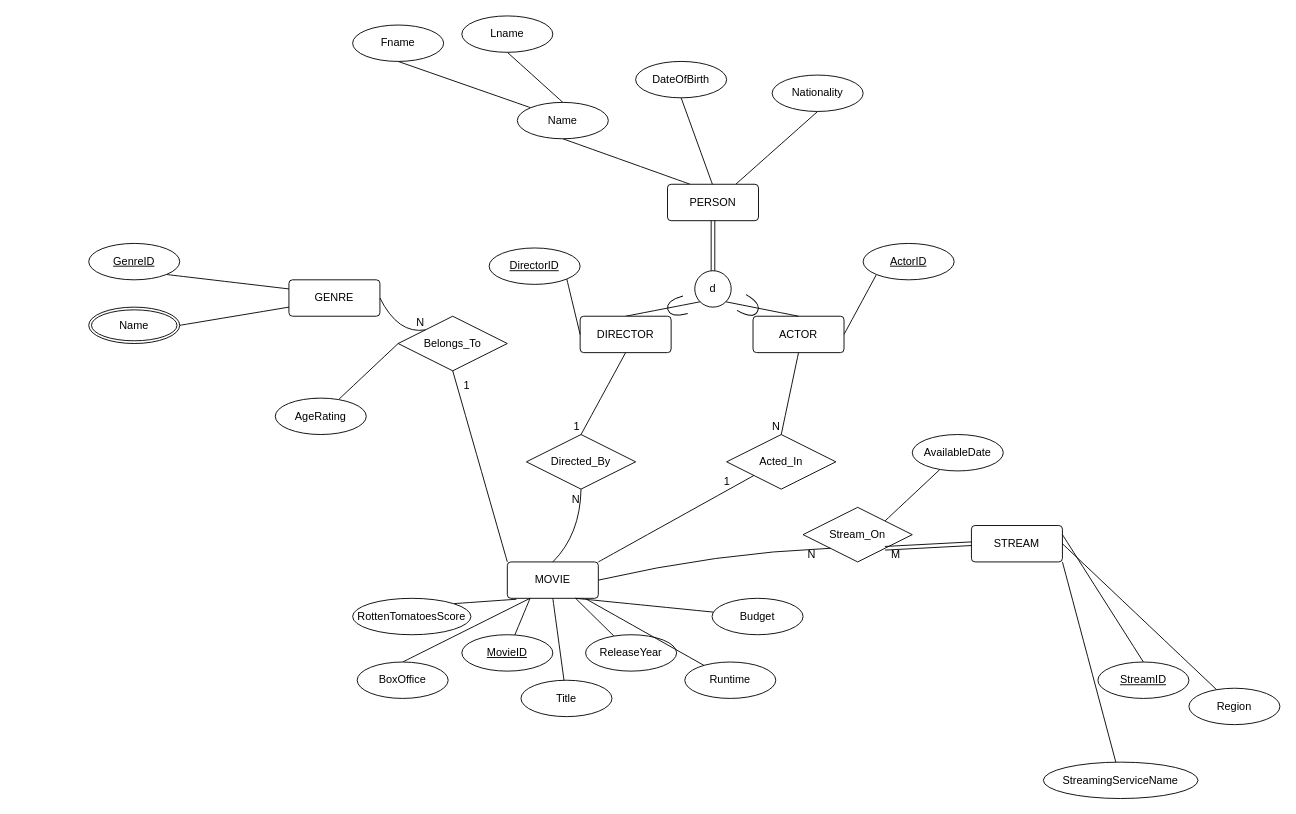
Above: MovieBaseEER.drawio in miguelTrC/MovieBaseDB (draw.io), before the change. Source tidied: cells renumbered, new cells numbered last; positions are measured from the earlier drawing's top-left corner, leaving out a move shared by most shapes. Both pictures are drawn from the tidied source at 91%, with x=0, y=0 at pixel (88, 15).
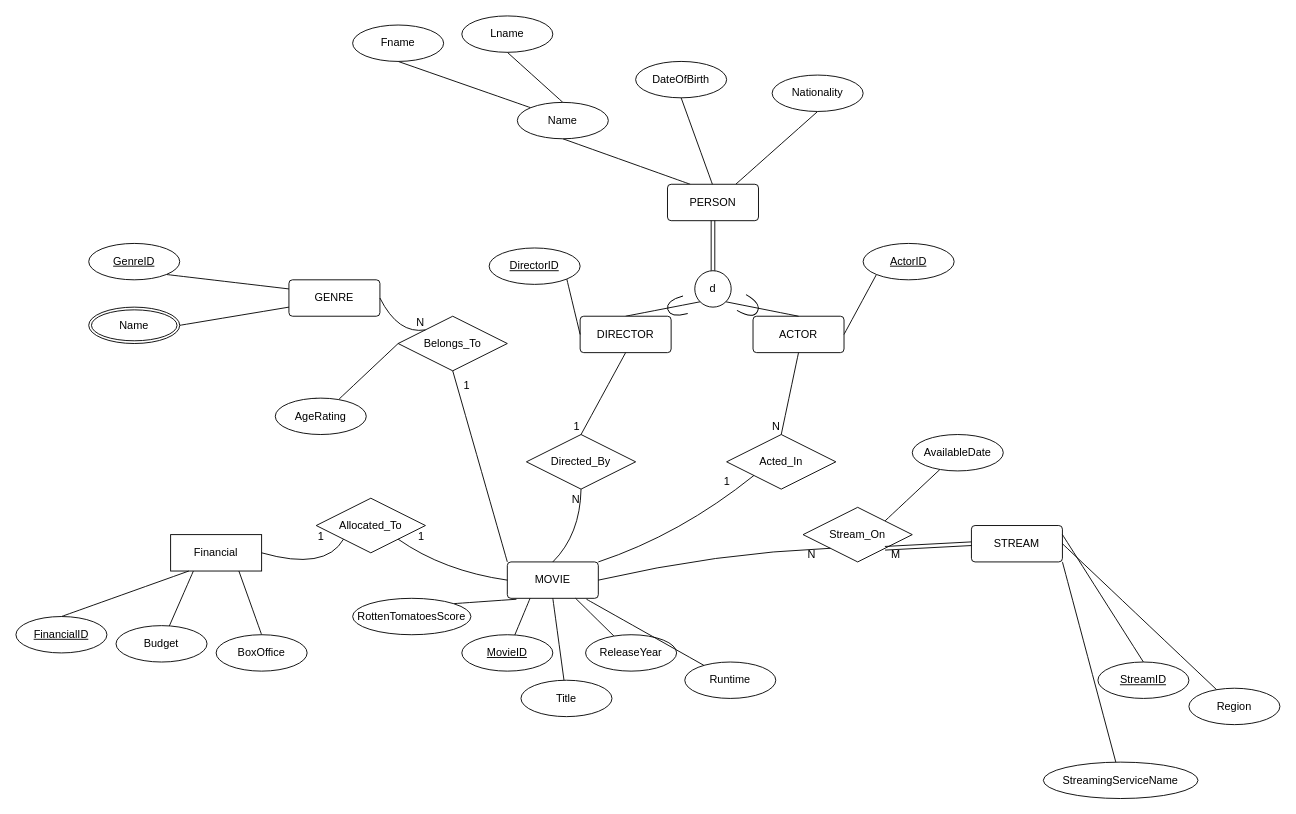
The same page after the edit.

Commit message:
Finished Assignment requirements, need to get it double checked. Added new FINANCE Entity

The change refers to these unchanged cells:
```xml
<mxCell id="11" value="MOVIE" style="rounded=1;arcSize=10;whiteSpace=wrap;html=1;align=center;" parent="1" vertex="1">
  <mxGeometry x="460" y="600" width="100" height="40" as="geometry" />
</mxCell>
<mxCell id="52" value="Acted_In" style="shape=rhombus;perimeter=rhombusPerimeter;whiteSpace=wrap;html=1;align=center;" parent="1" vertex="1">
  <mxGeometry x="701" y="460" width="120" height="60" as="geometry" />
</mxCell>
```

Change to the diagram source:
```diff
@@
-    <mxCell id="30" style="endArrow=none;html=1;rounded=0;fontSize=12;startSize=8;endSize=8;curved=1;" parent="1" edge="1" target="31">
-      <mxGeometry relative="1" as="geometry">
-        <mxPoint x="535" y="640" as="sourcePoint" />
-      </mxGeometry>
+    <mxCell id="30" style="endArrow=none;html=1;rounded=0;fontSize=12;startSize=8;endSize=8;curved=1;exitX=0.25;exitY=1;exitDx=0;exitDy=0;" parent="1" edge="1" source="78" target="31">
+      <mxGeometry relative="1" as="geometry" />
     </mxCell>
     <mxCell id="31" value="Budget" style="ellipse;whiteSpace=wrap;html=1;align=center;" parent="1" vertex="1">
-      <mxGeometry x="685" y="640" width="100" height="40" as="geometry" />
+      <mxGeometry x="30" y="670" width="100" height="40" as="geometry" />
     </mxCell>
-    <mxCell id="32" style="endArrow=none;html=1;rounded=0;fontSize=12;startSize=8;endSize=8;curved=1;entryX=0.25;entryY=1;entryDx=0;entryDy=0;exitX=0.5;exitY=0;exitDx=0;exitDy=0;" parent="1" edge="1" source="33" target="11">
+    <mxCell id="32" style="endArrow=none;html=1;rounded=0;fontSize=12;startSize=8;endSize=8;curved=1;entryX=0.75;entryY=1;entryDx=0;entryDy=0;exitX=0.5;exitY=0;exitDx=0;exitDy=0;" parent="1" edge="1" source="33" target="78">
       <mxGeometry relative="1" as="geometry" />
     </mxCell>
     <mxCell id="33" value="BoxOffice" style="ellipse;whiteSpace=wrap;html=1;align=center;" parent="1" vertex="1">
-      <mxGeometry x="295" y="710" width="100" height="40" as="geometry" />
+      <mxGeometry x="140" y="680" width="100" height="40" as="geometry" />
     </mxCell>
@@
     <mxCell id="70" style="endArrow=none;html=1;rounded=0;fontSize=12;startSize=8;endSize=8;curved=1;entryX=0;entryY=1;entryDx=0;entryDy=0;exitX=1;exitY=0;exitDx=0;exitDy=0;" parent="1" edge="1" source="11" target="52">
-      <mxGeometry relative="1" as="geometry" />
+      <mxGeometry relative="1" as="geometry">
+        <Array as="points">
+          <mxPoint x="650" y="570" />
+        </Array>
+      </mxGeometry>
     </mxCell>
@@
+    <mxCell id="78" value="Financial" style="whiteSpace=wrap;html=1;align=center;" parent="1" vertex="1">
+      <mxGeometry x="90" y="570" width="100" height="40" as="geometry" />
+    </mxCell>
+    <mxCell id="79" style="endArrow=none;html=1;rounded=0;fontSize=12;startSize=8;endSize=8;curved=1;exitX=0.5;exitY=0;exitDx=0;exitDy=0;" parent="1" edge="1" source="80">
+      <mxGeometry relative="1" as="geometry">
+        <mxPoint x="110" y="610" as="targetPoint" />
+      </mxGeometry>
+    </mxCell>
+    <mxCell id="80" value="FinancialID" style="ellipse;whiteSpace=wrap;html=1;align=center;fontStyle=4;" parent="1" vertex="1">
+      <mxGeometry x="-80" y="660" width="100" height="40" as="geometry" />
+    </mxCell>
+    <mxCell id="81" value="Allocated_To" style="shape=rhombus;perimeter=rhombusPerimeter;whiteSpace=wrap;html=1;align=center;" parent="1" vertex="1">
+      <mxGeometry x="250" y="530" width="120" height="60" as="geometry" />
+    </mxCell>
+    <mxCell id="82" style="endArrow=none;html=1;rounded=0;fontSize=12;startSize=8;endSize=8;curved=1;exitX=1;exitY=0.5;exitDx=0;exitDy=0;entryX=0;entryY=1;entryDx=0;entryDy=0;" parent="1" edge="1" source="78" target="81">
+      <mxGeometry relative="1" as="geometry">
+        <Array as="points">
+          <mxPoint x="260" y="610" />
+        </Array>
+      </mxGeometry>
+    </mxCell>
+    <mxCell id="83" value="1" style="html=1;whiteSpace=wrap;align=right;verticalAlign=bottom;" parent="82" vertex="1">
+      <mxGeometry x="1" relative="1" as="geometry">
+        <mxPoint x="-20" y="5" as="offset" />
+      </mxGeometry>
+    </mxCell>
+    <mxCell id="84" style="endArrow=none;html=1;rounded=0;fontSize=12;startSize=8;endSize=8;curved=1;entryX=1;entryY=1;entryDx=0;entryDy=0;exitX=0;exitY=0.5;exitDx=0;exitDy=0;" parent="1" edge="1" source="11" target="81">
+      <mxGeometry relative="1" as="geometry">
+        <Array as="points">
+          <mxPoint x="390" y="610" />
+        </Array>
+      </mxGeometry>
+    </mxCell>
+    <mxCell id="85" value="1" style="html=1;whiteSpace=wrap;align=right;verticalAlign=bottom;" parent="84" vertex="1">
+      <mxGeometry x="1" relative="1" as="geometry">
+        <mxPoint x="30" y="5" as="offset" />
+      </mxGeometry>
+    </mxCell>
```
